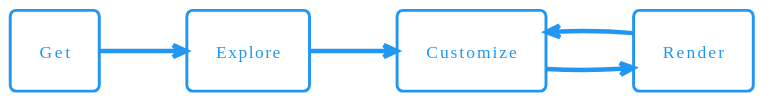
Before: site/static/images/lifecycle/flow1.svg, a diagram exported from PlantUML (kptdev/kpt).
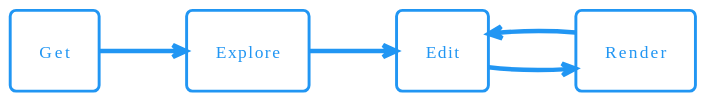
After the commit.

Diff of the diagram source:
```diff
@@ -6,13 +6,13 @@
 
 rectangle Get
 rectangle Explore
-rectangle Customize
+rectangle Edit
 rectangle Render
 
 Get --> Explore
-Explore --> Customize
-Customize --> Render
-Render --> Customize
+Explore --> Edit
+Edit --> Render
+Render --> Edit
 
 
 @enduml
```
